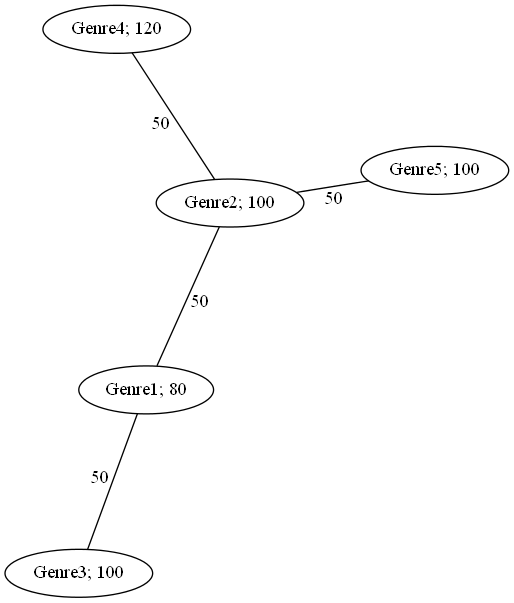
Before: rapport fase 3/graaf_voobeeld2.dot.png, a diagram exported from Graphviz (mvandertuin/IKE-groep-4). Its source is kept beside it as rapport fase 3/graaf_voobeeld2.dot. Source of this version:
```dot
Graph G{
n1 [label="Genre1; 80"];
n2 [label="Genre2; 100"];
n3 [label="Genre3; 100"];
n4 [label="Genre4; 120"];
n5 [label="Genre5; 100"];
n1 -- n2 [label="50",len=2];
n1 -- n3 [label="50",len=2];
n2 -- n4 [label="50",len=2];
n2 -- n5 [label="50",len=2];
}
```
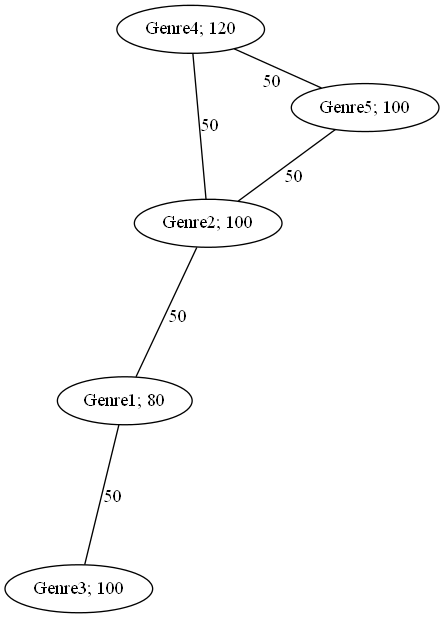
After the change.

Commit message:
Nieuwe versie tekst over graaf + elementen daarbij

What changed in the source:
```diff
@@ -8,4 +8,5 @@
 n1 -- n3 [label="50",len=2];
 n2 -- n4 [label="50",len=2];
 n2 -- n5 [label="50",len=2];
+n4 -- n5 [label="50",len=2];
 }
```
